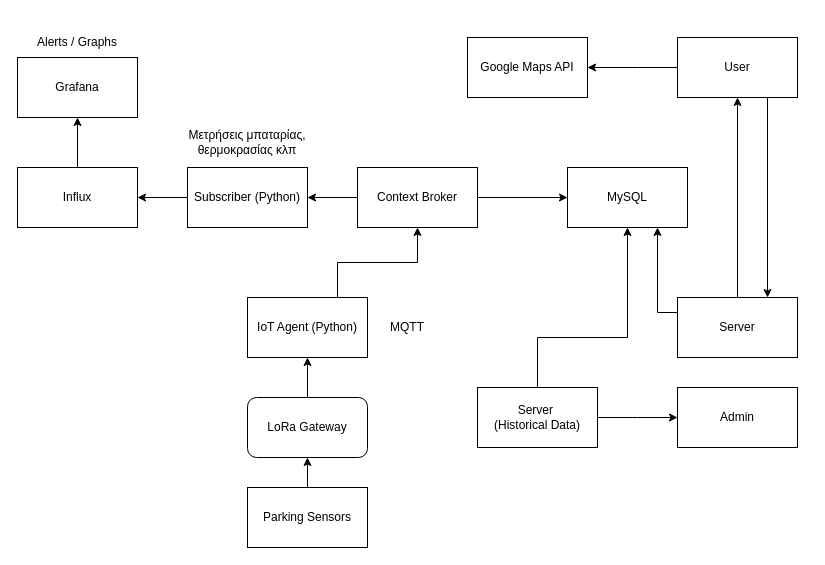
This is Presentations/Architecture/architecture.drawio from StavropoulosK/Internet-of-Things--Smart-City-Parking--Mqtt--Websockets--Grafana--Influxdb, a draw.io file, before an edit. Source tidied: cells renumbered, new cells numbered last; positions are measured from the earlier drawing's top-left corner, leaving out a move shared by most shapes. Both pictures are drawn from the tidied source at 100%, with x=0, y=0 at pixel (17, 27).
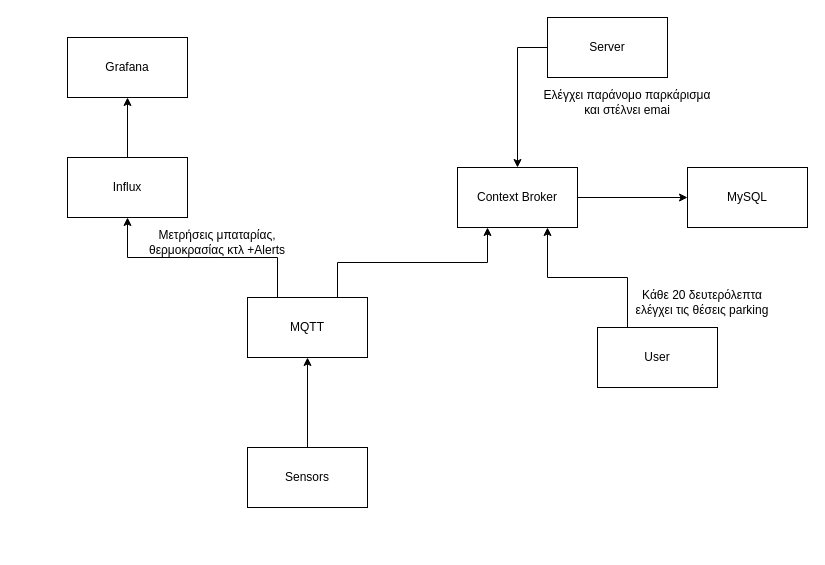
The same page after the edit.

What changed in the source:
```diff
@@
-    <mxCell id="2" style="edgeStyle=orthogonalEdgeStyle;rounded=0;jettySize=auto;html=1;" parent="1" edge="1" source="3" target="21">
-      <mxGeometry relative="1" as="geometry" />
-    </mxCell>
+    <mxCell id="31" style="edgeStyle=orthogonalEdgeStyle;rounded=0;jettySize=auto;html=1;exitX=0.5;exitY=0;exitDx=0;exitDy=0;entryX=0.5;entryY=1;entryDx=0;entryDy=0;" parent="1" edge="1" source="3" target="5">
+      <mxGeometry relative="1" as="geometry" />
+    </mxCell>
-    <mxCell id="3" value="Parking Sensors" style="rounded=0;whiteSpace=wrap;html=1;" parent="1" vertex="1">
-      <mxGeometry x="230" y="460" width="120" height="60" as="geometry" />
+    <mxCell id="3" value="Sensors" style="rounded=0;whiteSpace=wrap;html=1;" parent="1" vertex="1">
+      <mxGeometry x="230" y="420" width="120" height="60" as="geometry" />
     </mxCell>
-    <mxCell id="4" style="edgeStyle=orthogonalEdgeStyle;rounded=0;jettySize=auto;html=1;exitX=0.75;exitY=0;exitDx=0;exitDy=0;entryX=0.5;entryY=1;entryDx=0;entryDy=0;" parent="1" edge="1" source="5" target="11">
+    <mxCell id="4" style="edgeStyle=orthogonalEdgeStyle;rounded=0;jettySize=auto;html=1;exitX=0.75;exitY=0;exitDx=0;exitDy=0;entryX=0.25;entryY=1;entryDx=0;entryDy=0;" parent="1" edge="1" source="5" target="11">
       <mxGeometry relative="1" as="geometry" />
     </mxCell>
+    <mxCell id="32" style="edgeStyle=orthogonalEdgeStyle;rounded=0;jettySize=auto;html=1;exitX=0.25;exitY=0;exitDx=0;exitDy=0;" parent="1" edge="1" source="5" target="7">
+      <mxGeometry relative="1" as="geometry" />
+    </mxCell>
-    <mxCell id="5" value="&lt;div&gt;IoT Agent (Python)&lt;/div&gt;" style="rounded=0;whiteSpace=wrap;html=1;" parent="1" vertex="1">
+    <mxCell id="5" value="MQTT" style="rounded=0;whiteSpace=wrap;html=1;" parent="1" vertex="1">
       <mxGeometry x="230" y="270" width="120" height="60" as="geometry" />
     </mxCell>
@@
     <mxCell id="7" value="Influx" style="rounded=0;whiteSpace=wrap;html=1;" parent="1" vertex="1">
-      <mxGeometry y="140" width="120" height="60" as="geometry" />
+      <mxGeometry x="50" y="130" width="120" height="60" as="geometry" />
     </mxCell>
     <mxCell id="8" value="Grafana" style="rounded=0;whiteSpace=wrap;html=1;" parent="1" vertex="1">
-      <mxGeometry y="30" width="120" height="60" as="geometry" />
+      <mxGeometry x="50" y="10" width="120" height="60" as="geometry" />
     </mxCell>
@@
-    <mxCell id="10" style="edgeStyle=orthogonalEdgeStyle;rounded=0;jettySize=auto;html=1;" parent="1" edge="1" source="11" target="28">
-      <mxGeometry relative="1" as="geometry" />
-    </mxCell>
     <mxCell id="11" value="Context Broker" style="rounded=0;whiteSpace=wrap;html=1;" parent="1" vertex="1">
-      <mxGeometry x="340" y="140" width="120" height="60" as="geometry" />
+      <mxGeometry x="440" y="140" width="120" height="60" as="geometry" />
     </mxCell>
-    <mxCell id="12" style="edgeStyle=orthogonalEdgeStyle;rounded=0;jettySize=auto;html=1;" parent="1" edge="1" source="14" target="15">
-      <mxGeometry relative="1" as="geometry">
-        <Array as="points">
-          <mxPoint x="520" y="310" />
-          <mxPoint x="610" y="310" />
-        </Array>
-      </mxGeometry>
-    </mxCell>
-    <mxCell id="13" style="edgeStyle=orthogonalEdgeStyle;rounded=0;jettySize=auto;html=1;" parent="1" edge="1" source="14" target="30">
-      <mxGeometry relative="1" as="geometry">
-        <Array as="points">
-          <mxPoint x="620" y="390" />
-          <mxPoint x="620" y="390" />
-        </Array>
-      </mxGeometry>
-    </mxCell>
+    <mxCell id="33" style="edgeStyle=orthogonalEdgeStyle;rounded=0;jettySize=auto;html=1;exitX=0;exitY=0.5;exitDx=0;exitDy=0;" parent="1" edge="1" source="14" target="11">
+      <mxGeometry relative="1" as="geometry" />
+    </mxCell>
-    <mxCell id="14" value="&lt;div&gt;Server&amp;nbsp;&lt;/div&gt;&lt;div&gt;(Historical Data)&lt;br&gt;&lt;/div&gt;" style="rounded=0;whiteSpace=wrap;html=1;" parent="1" vertex="1">
-      <mxGeometry x="460" y="360" width="120" height="60" as="geometry" />
+    <mxCell id="14" value="Server" style="rounded=0;whiteSpace=wrap;html=1;" parent="1" vertex="1">
+      <mxGeometry x="530" y="-10" width="120" height="60" as="geometry" />
     </mxCell>
     <mxCell id="15" value="MySQL" style="rounded=0;whiteSpace=wrap;html=1;" parent="1" vertex="1">
-      <mxGeometry x="550" y="140" width="120" height="60" as="geometry" />
+      <mxGeometry x="670" y="140" width="120" height="60" as="geometry" />
     </mxCell>
-    <mxCell id="16" style="edgeStyle=orthogonalEdgeStyle;rounded=0;jettySize=auto;html=1;" parent="1" edge="1" source="18" target="26">
-      <mxGeometry relative="1" as="geometry">
-        <Array as="points">
-          <mxPoint x="620" y="40" />
-          <mxPoint x="620" y="40" />
-        </Array>
-      </mxGeometry>
-    </mxCell>
-    <mxCell id="17" style="edgeStyle=orthogonalEdgeStyle;rounded=0;jettySize=auto;html=1;exitX=0.75;exitY=1;exitDx=0;exitDy=0;entryX=0.75;entryY=0;entryDx=0;entryDy=0;" parent="1" edge="1" source="18" target="25">
-      <mxGeometry relative="1" as="geometry" />
-    </mxCell>
+    <mxCell id="34" style="edgeStyle=orthogonalEdgeStyle;rounded=0;jettySize=auto;html=1;exitX=0.25;exitY=0;exitDx=0;exitDy=0;entryX=0.75;entryY=1;entryDx=0;entryDy=0;" parent="1" edge="1" source="18" target="11">
+      <mxGeometry relative="1" as="geometry" />
+    </mxCell>
     <mxCell id="18" value="User" style="rounded=0;whiteSpace=wrap;html=1;" parent="1" vertex="1">
-      <mxGeometry x="660" y="10" width="120" height="60" as="geometry" />
+      <mxGeometry x="580" y="300" width="120" height="60" as="geometry" />
     </mxCell>
+    <mxCell id="35" value="Κάθε 20 δευτερόλεπτα ελέγχει τις θέσεις parking" style="text;html=1;align=center;verticalAlign=middle;whiteSpace=wrap;rounded=0;" parent="1" vertex="1">
+      <mxGeometry x="610" y="260" width="150" height="30" as="geometry" />
+    </mxCell>
+    <mxCell id="36" value="Ελέγχει παράνομο παρκάρισμα και στέλνει emai" style="text;html=1;align=center;verticalAlign=middle;whiteSpace=wrap;rounded=0;" parent="1" vertex="1">
+      <mxGeometry x="520" y="60" width="180" height="30" as="geometry" />
+    </mxCell>
-    <mxCell id="19" value="Μετρήσεις μπαταρίας, θερμοκρασίας κλπ" style="text;html=1;align=center;verticalAlign=middle;whiteSpace=wrap;rounded=0;" parent="1" vertex="1">
-      <mxGeometry x="160" y="100" width="140" height="30" as="geometry" />
+    <mxCell id="19" value="Μετρήσεις μπαταρίας, θερμοκρασίας κτλ +Αlerts" style="text;html=1;align=center;verticalAlign=middle;whiteSpace=wrap;rounded=0;" parent="1" vertex="1">
+      <mxGeometry x="130" y="200" width="140" height="30" as="geometry" />
     </mxCell>
-    <mxCell id="20" style="edgeStyle=orthogonalEdgeStyle;rounded=0;jettySize=auto;html=1;" parent="1" edge="1" source="21" target="5">
-      <mxGeometry relative="1" as="geometry" />
-    </mxCell>
-    <mxCell id="21" value="LoRa Gateway" style="rounded=1;whiteSpace=wrap;html=1;" parent="1" vertex="1">
-      <mxGeometry x="230" y="370" width="120" height="60" as="geometry" />
-    </mxCell>
-    <mxCell id="22" value="&lt;div&gt;MQTT&lt;/div&gt;" style="text;html=1;align=center;verticalAlign=middle;whiteSpace=wrap;rounded=0;" parent="1" vertex="1">
-      <mxGeometry x="360" y="285" width="60" height="30" as="geometry" />
-    </mxCell>
-    <mxCell id="23" style="edgeStyle=orthogonalEdgeStyle;rounded=0;jettySize=auto;html=1;exitX=0;exitY=0.25;exitDx=0;exitDy=0;entryX=0.75;entryY=1;entryDx=0;entryDy=0;" parent="1" edge="1" source="25" target="15">
-      <mxGeometry relative="1" as="geometry" />
-    </mxCell>
-    <mxCell id="24" style="edgeStyle=orthogonalEdgeStyle;rounded=0;jettySize=auto;html=1;exitX=0.5;exitY=0;exitDx=0;exitDy=0;entryX=0.5;entryY=1;entryDx=0;entryDy=0;" parent="1" edge="1" source="25" target="18">
-      <mxGeometry relative="1" as="geometry" />
-    </mxCell>
-    <mxCell id="25" value="&lt;div&gt;Server&lt;/div&gt;" style="rounded=0;whiteSpace=wrap;html=1;" parent="1" vertex="1">
-      <mxGeometry x="660" y="270" width="120" height="60" as="geometry" />
-    </mxCell>
-    <mxCell id="26" value="Google Maps API" style="rounded=0;whiteSpace=wrap;html=1;" parent="1" vertex="1">
-      <mxGeometry x="450" y="10" width="120" height="60" as="geometry" />
-    </mxCell>
-    <mxCell id="27" style="edgeStyle=orthogonalEdgeStyle;rounded=0;jettySize=auto;html=1;exitX=0;exitY=0.5;exitDx=0;exitDy=0;entryX=1;entryY=0.5;entryDx=0;entryDy=0;" parent="1" edge="1" source="28" target="7">
-      <mxGeometry relative="1" as="geometry" />
-    </mxCell>
-    <mxCell id="28" value="&lt;div&gt;Subscriber (Python)&lt;/div&gt;" style="rounded=0;whiteSpace=wrap;html=1;" parent="1" vertex="1">
-      <mxGeometry x="170" y="140" width="120" height="60" as="geometry" />
-    </mxCell>
-    <mxCell id="29" value="Alerts / Graphs" style="text;html=1;align=center;verticalAlign=middle;whiteSpace=wrap;rounded=0;" parent="1" vertex="1">
-      <mxGeometry x="15" width="90" height="30" as="geometry" />
-    </mxCell>
-    <mxCell id="30" value="Admin" style="rounded=0;whiteSpace=wrap;html=1;" parent="1" vertex="1">
-      <mxGeometry x="660" y="360" width="120" height="60" as="geometry" />
-    </mxCell>
```
